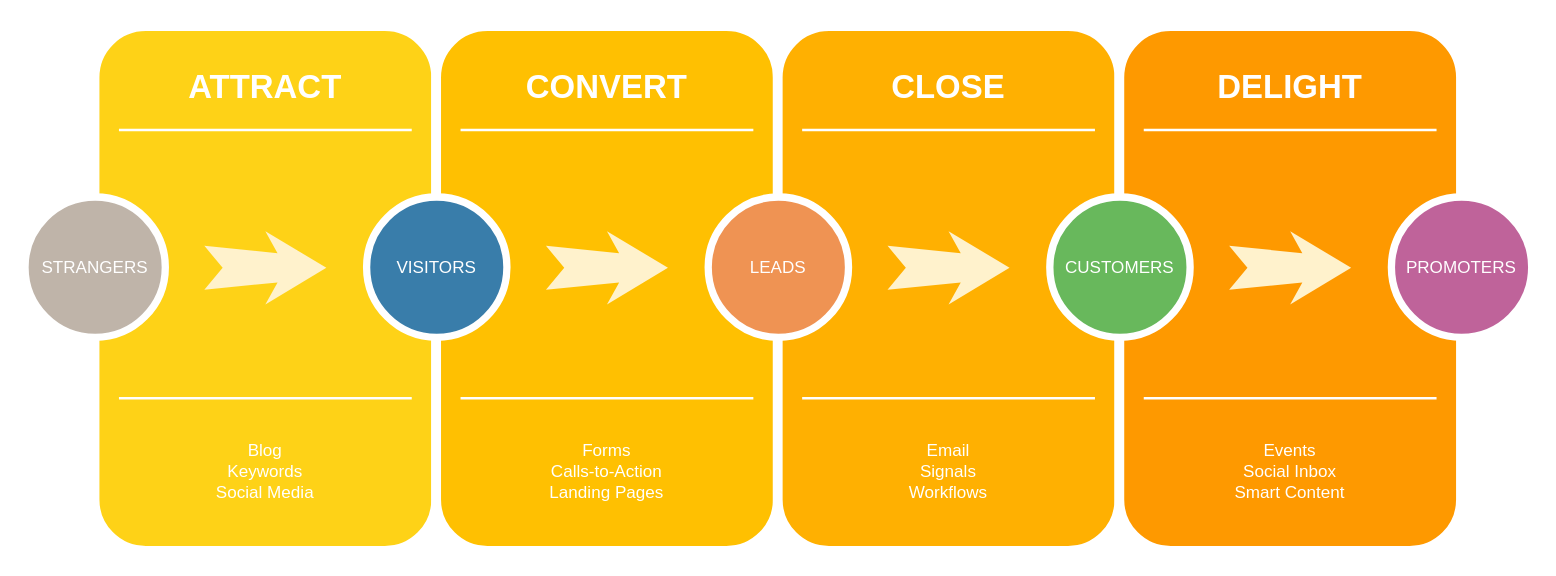
The draw.io diagram ApplicationFlow.drawio in sc64718/dj-happ-events, before the edit. Source tidied: cells renumbered, new cells numbered last; positions are measured from the earlier drawing's top-left corner, leaving out a move shared by most shapes. Both pictures are drawn from the tidied source at 122%, with x=0, y=0 at pixel (24, 26).
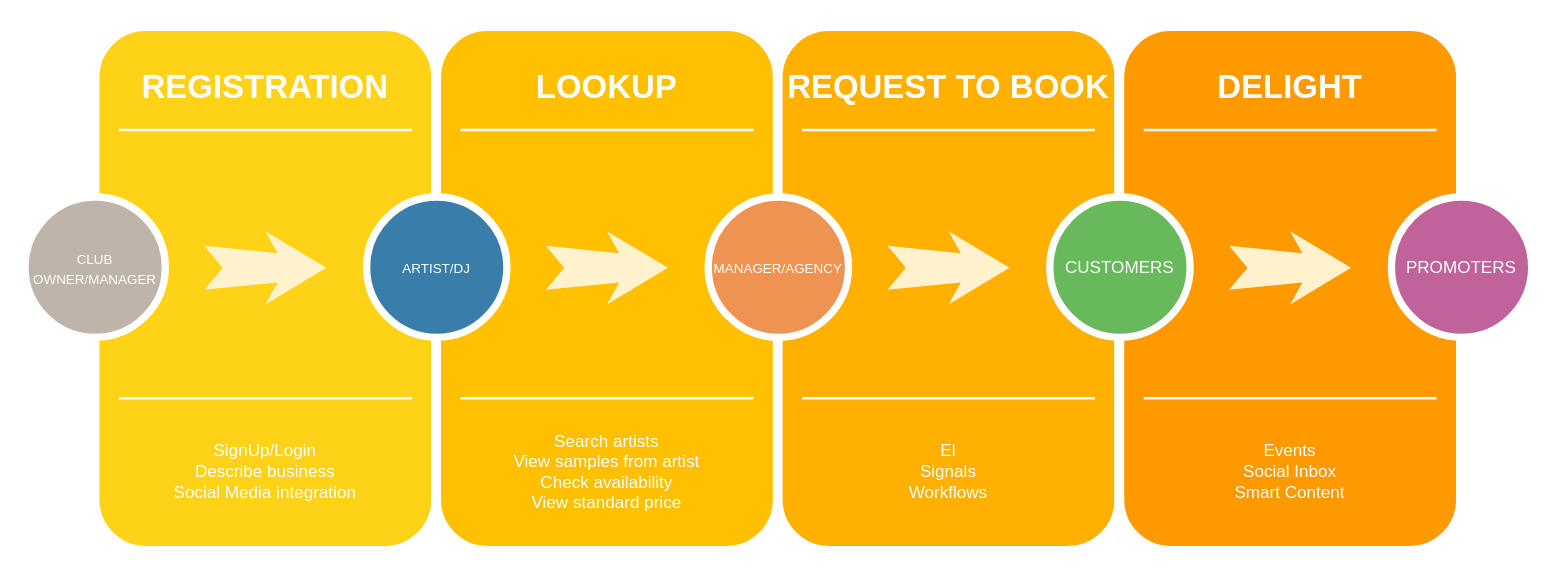
After the change.

What changed in the source:
```diff
@@
-    <mxCell id="3" value="ATTRACT" style="text;html=1;strokeColor=none;fillColor=none;align=center;verticalAlign=middle;whiteSpace=wrap;rounded=0;shadow=0;fontSize=27;fontColor=#FFFFFF;fontStyle=1;" parent="1" vertex="1">
+    <mxCell id="3" value="REGISTRATION" style="text;html=1;strokeColor=none;fillColor=none;align=center;verticalAlign=middle;whiteSpace=wrap;rounded=0;shadow=0;fontSize=27;fontColor=#FFFFFF;fontStyle=1;" parent="1" vertex="1">
       <mxGeometry x="57" y="20" width="280" height="60" as="geometry" />
     </mxCell>
-    <mxCell id="4" value="Blog&lt;div&gt;Keywords&lt;/div&gt;&lt;div&gt;Social Media&lt;/div&gt;" style="text;html=1;strokeColor=none;fillColor=none;align=center;verticalAlign=middle;whiteSpace=wrap;rounded=0;shadow=0;fontSize=14;fontColor=#FFFFFF;" parent="1" vertex="1">
+    <mxCell id="4" value="SignUp/Login&lt;br&gt;Describe business&lt;br&gt;&lt;div&gt;Social Media integration&lt;/div&gt;" style="text;html=1;strokeColor=none;fillColor=none;align=center;verticalAlign=middle;whiteSpace=wrap;rounded=0;shadow=0;fontSize=14;fontColor=#FFFFFF;" parent="1" vertex="1">
       <mxGeometry x="57" y="320" width="280" height="90" as="geometry" />
     </mxCell>
@@
-    <mxCell id="7" value="STRANGERS" style="ellipse;whiteSpace=wrap;html=1;rounded=0;shadow=0;strokeWidth=6;fontSize=14;align=center;fillColor=#BFB4A9;strokeColor=#FFFFFF;fontColor=#FFFFFF;" parent="1" vertex="1">
+    <mxCell id="7" value="&lt;font style=&quot;font-size: 11px;&quot;&gt;CLUB OWNER/MANAGER&lt;/font&gt;" style="ellipse;whiteSpace=wrap;html=1;rounded=0;shadow=0;strokeWidth=6;fontSize=14;align=center;fillColor=#BFB4A9;strokeColor=#FFFFFF;fontColor=#FFFFFF;" parent="1" vertex="1">
       <mxGeometry y="140" width="115" height="115" as="geometry" />
     </mxCell>
@@
-    <mxCell id="10" value="CONVERT" style="text;html=1;strokeColor=none;fillColor=none;align=center;verticalAlign=middle;whiteSpace=wrap;rounded=0;shadow=0;fontSize=27;fontColor=#FFFFFF;fontStyle=1;" parent="1" vertex="1">
+    <mxCell id="10" value="LOOKUP" style="text;html=1;strokeColor=none;fillColor=none;align=center;verticalAlign=middle;whiteSpace=wrap;rounded=0;shadow=0;fontSize=27;fontColor=#FFFFFF;fontStyle=1;" parent="1" vertex="1">
       <mxGeometry x="337" y="20" width="280" height="60" as="geometry" />
     </mxCell>
-    <mxCell id="11" value="Forms&lt;div&gt;Calls-to-Action&lt;/div&gt;&lt;div&gt;Landing Pages&lt;/div&gt;" style="text;html=1;strokeColor=none;fillColor=none;align=center;verticalAlign=middle;whiteSpace=wrap;rounded=0;shadow=0;fontSize=14;fontColor=#FFFFFF;" parent="1" vertex="1">
+    <mxCell id="11" value="Search artists&lt;div&gt;&lt;span style=&quot;background-color: initial;&quot;&gt;View samples from artist&lt;/span&gt;&lt;/div&gt;&lt;div&gt;Check availability&lt;/div&gt;&lt;div&gt;View standard price&lt;/div&gt;" style="text;html=1;strokeColor=none;fillColor=none;align=center;verticalAlign=middle;whiteSpace=wrap;rounded=0;shadow=0;fontSize=14;fontColor=#FFFFFF;" parent="1" vertex="1">
       <mxGeometry x="337" y="320" width="280" height="90" as="geometry" />
     </mxCell>
@@
-    <mxCell id="14" value="VISITORS" style="ellipse;whiteSpace=wrap;html=1;rounded=0;shadow=0;strokeWidth=6;fontSize=14;align=center;fillColor=#397DAA;strokeColor=#FFFFFF;fontColor=#FFFFFF;" parent="1" vertex="1">
+    <mxCell id="14" value="&lt;font style=&quot;font-size: 11px;&quot;&gt;ARTIST/DJ&lt;/font&gt;" style="ellipse;whiteSpace=wrap;html=1;rounded=0;shadow=0;strokeWidth=6;fontSize=14;align=center;fillColor=#397DAA;strokeColor=#FFFFFF;fontColor=#FFFFFF;" parent="1" vertex="1">
       <mxGeometry x="280" y="140" width="115" height="115" as="geometry" />
     </mxCell>
@@
-    <mxCell id="17" value="CLOSE" style="text;html=1;strokeColor=none;fillColor=none;align=center;verticalAlign=middle;whiteSpace=wrap;rounded=0;shadow=0;fontSize=27;fontColor=#FFFFFF;fontStyle=1;" parent="1" vertex="1">
+    <mxCell id="17" value="REQUEST TO BOOK" style="text;html=1;strokeColor=none;fillColor=none;align=center;verticalAlign=middle;whiteSpace=wrap;rounded=0;shadow=0;fontSize=27;fontColor=#FFFFFF;fontStyle=1;" parent="1" vertex="1">
       <mxGeometry x="617" y="20" width="280" height="60" as="geometry" />
     </mxCell>
-    <mxCell id="18" value="Email&lt;div&gt;Signals&lt;/div&gt;&lt;div&gt;Workflows&lt;/div&gt;" style="text;html=1;strokeColor=none;fillColor=none;align=center;verticalAlign=middle;whiteSpace=wrap;rounded=0;shadow=0;fontSize=14;fontColor=#FFFFFF;" parent="1" vertex="1">
+    <mxCell id="18" value="El&lt;div&gt;Signals&lt;/div&gt;&lt;div&gt;Workflows&lt;/div&gt;" style="text;html=1;strokeColor=none;fillColor=none;align=center;verticalAlign=middle;whiteSpace=wrap;rounded=0;shadow=0;fontSize=14;fontColor=#FFFFFF;" parent="1" vertex="1">
       <mxGeometry x="617" y="320" width="280" height="90" as="geometry" />
     </mxCell>
@@
-    <mxCell id="21" value="LEADS" style="ellipse;whiteSpace=wrap;html=1;rounded=0;shadow=0;strokeWidth=6;fontSize=14;align=center;fillColor=#EF9353;strokeColor=#FFFFFF;fontColor=#FFFFFF;" parent="1" vertex="1">
+    <mxCell id="21" value="&lt;font style=&quot;font-size: 11px;&quot;&gt;MANAGER/AGENCY&lt;/font&gt;" style="ellipse;whiteSpace=wrap;html=1;rounded=0;shadow=0;strokeWidth=6;fontSize=14;align=center;fillColor=#EF9353;strokeColor=#FFFFFF;fontColor=#FFFFFF;" parent="1" vertex="1">
       <mxGeometry x="560" y="140" width="115" height="115" as="geometry" />
     </mxCell>
```
